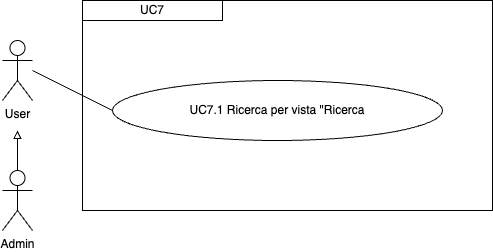
ShameIRL/farmacode keeps this draw.io diagram as imgs/Uml/UC7.1.png. Above is the earlier version. Source tidied: cells renumbered, new cells last; positions are measured from the earlier drawing's top-left corner, leaving out a move shared by most shapes.
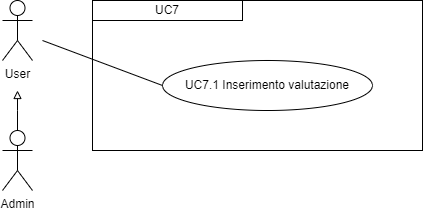
After the change.

Diff of the diagram source:
```diff
@@ -2,30 +2,34 @@
   <root>
     <mxCell id="0" />
     <mxCell id="1" parent="0" />
+    <mxCell id="9" style="edgeStyle=orthogonalEdgeStyle;rounded=0;jettySize=auto;html=1;strokeColor=#000000;endArrow=block;endFill=0;" parent="1" edge="1" source="7">
+      <mxGeometry relative="1" as="geometry">
+        <mxPoint x="15" y="130" as="targetPoint" />
+        <Array as="points">
+          <mxPoint x="15" y="150" />
+          <mxPoint x="15" y="150" />
+        </Array>
+      </mxGeometry>
+    </mxCell>
+    <mxCell id="7" value="Admin" style="shape=umlActor;verticalLabelPosition=bottom;verticalAlign=top;html=1;outlineConnect=0;" parent="1" vertex="1">
+      <mxGeometry y="170" width="30" height="60" as="geometry" />
+    </mxCell>
     <mxCell id="2" value="User" style="shape=umlActor;verticalLabelPosition=bottom;verticalAlign=top;html=1;" parent="1" vertex="1">
       <mxGeometry y="40" width="30" height="60" as="geometry" />
     </mxCell>
-    <mxCell id="3" style="endArrow=none;html=1;rounded=0;entryX=0;entryY=0.5;entryDx=0;entryDy=0;" parent="1" edge="1" target="5">
-      <mxGeometry relative="1" as="geometry">
-        <mxPoint x="30" y="70" as="sourcePoint" />
-      </mxGeometry>
-    </mxCell>
+    <mxCell id="10" style="rounded=0;whiteSpace=wrap;html=1;fillColor=none;" parent="1" vertex="1">
+      <mxGeometry x="90" y="40" width="330" height="150" as="geometry" />
+    </mxCell>
-    <mxCell id="4" value="UC7" style="rounded=0;whiteSpace=wrap;html=1;" parent="1" vertex="1">
-      <mxGeometry x="80" width="140" height="20" as="geometry" />
+    <mxCell id="4" value="&lt;div style=&quot;&quot;&gt;UC7&lt;/div&gt;" style="rounded=0;whiteSpace=wrap;html=1;fillColor=none;align=center;" parent="1" vertex="1">
+      <mxGeometry x="90" y="40" width="150" height="20" as="geometry" />
     </mxCell>
-    <mxCell id="5" value="UC7.1 Ricerca per vista &quot;Ricerca" style="ellipse;whiteSpace=wrap;html=1;" parent="1" vertex="1">
-      <mxGeometry x="110" y="80" width="330" height="60" as="geometry" />
-    </mxCell>
-    <mxCell id="6" style="rounded=0;whiteSpace=wrap;html=1;fillColor=none;" parent="1" vertex="1">
-      <mxGeometry x="80" width="410" height="210" as="geometry" />
-    </mxCell>
-    <mxCell id="7" value="Admin" style="shape=umlActor;verticalLabelPosition=bottom;verticalAlign=top;html=1;outlineConnect=0;" parent="1" vertex="1">
-      <mxGeometry y="170" width="30" height="60" as="geometry" />
-    </mxCell>
-    <mxCell id="8" style="endArrow=block;html=1;rounded=0;exitX=0.5;exitY=0;exitDx=0;exitDy=0;exitPerimeter=0;endFill=0;" parent="1" edge="1" source="7">
-      <mxGeometry relative="1" as="geometry">
-        <mxPoint x="15" y="130" as="targetPoint" />
-      </mxGeometry>
-    </mxCell>
+    <mxCell id="11" value="UC7.1 Inserimento valutazione" style="ellipse;whiteSpace=wrap;html=1;" parent="1" vertex="1">
+      <mxGeometry x="160" y="100" width="210" height="50" as="geometry" />
+    </mxCell>
+    <mxCell id="12" style="endArrow=none;html=1;rounded=0;entryX=0;entryY=0.5;entryDx=0;entryDy=0;" parent="1" edge="1" target="11">
+      <mxGeometry relative="1" as="geometry">
+        <mxPoint x="40" y="80" as="sourcePoint" />
+      </mxGeometry>
+    </mxCell>
   </root>
 </mxGraphModel>
```
